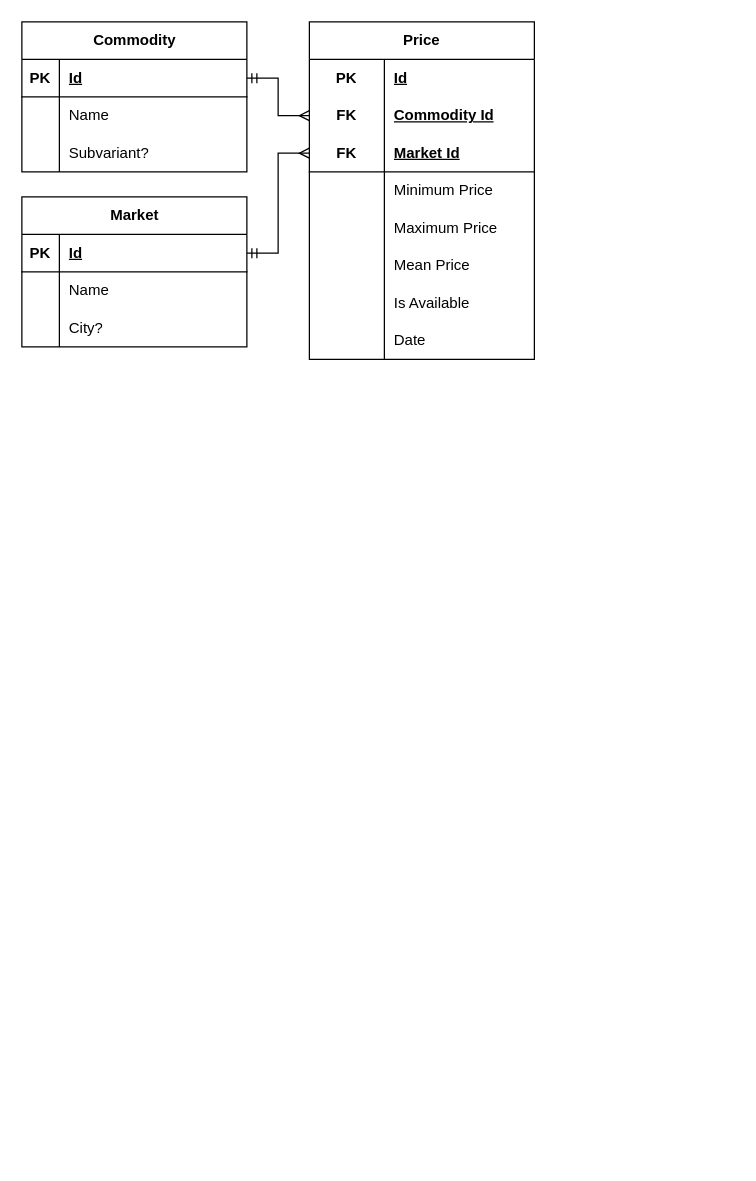
This is page "Page-2" (2 of 2) of flowchart.drawio from Towphe/da-commodity-etl, a draw.io file, before an edit. Source tidied: cells renumbered, new cells numbered last; positions are measured from the earlier drawing's top-left corner, leaving out a move shared by most shapes. Both pictures are drawn from the tidied source at 125%, with x=0, y=0 at pixel (21, 21).
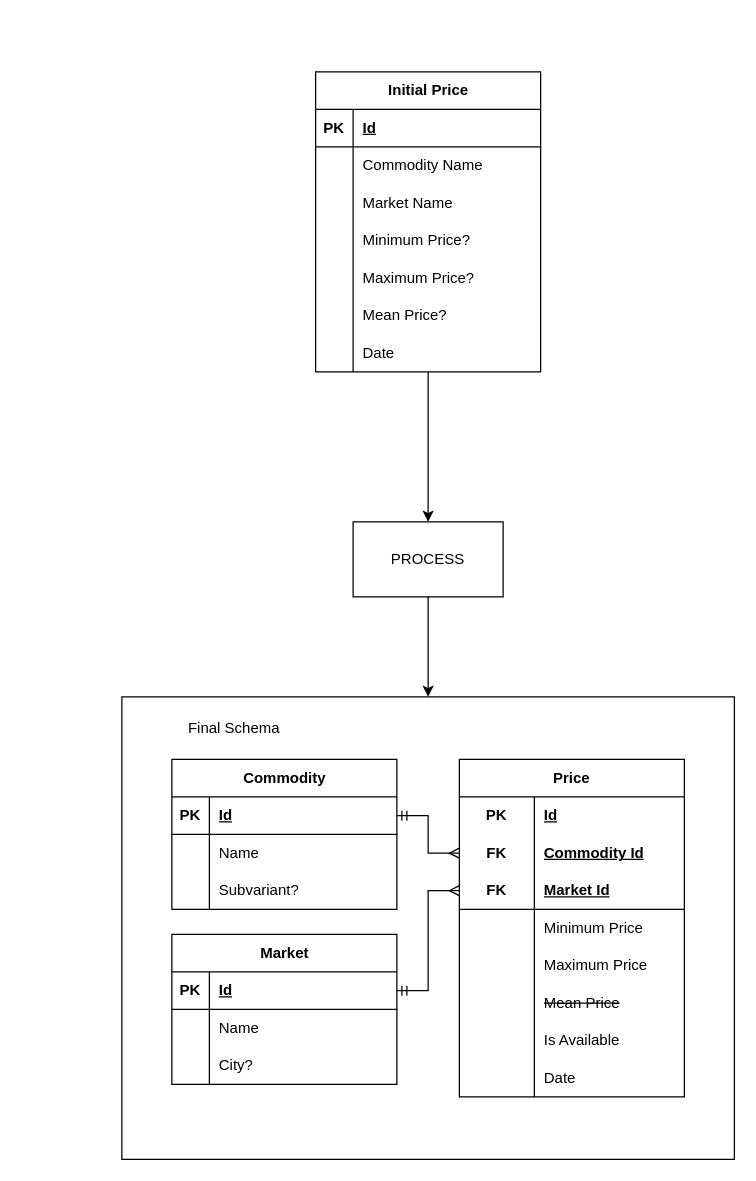
After the change.

The change refers to these unchanged cells:
```xml
<mxCell id="6" style="shape=tableRow;horizontal=0;startSize=0;swimlaneHead=0;swimlaneBody=0;fillColor=none;points=[[0,0.5],[1,0.5]];portConstraint=eastwest;top=0;left=0;right=0;bottom=0;html=1;" parent="2" vertex="1">
  <mxGeometry y="60" width="180" height="30" as="geometry" />
</mxCell>
<mxCell id="9" style="shape=tableRow;horizontal=0;startSize=0;swimlaneHead=0;swimlaneBody=0;fillColor=none;points=[[0,0.5],[1,0.5]];portConstraint=eastwest;top=0;left=0;right=0;bottom=1;html=1;" parent="2" vertex="1">
  <mxGeometry y="90" width="180" height="30" as="geometry" />
</mxCell>
<mxCell id="18" style="shape=tableRow;horizontal=0;startSize=0;swimlaneHead=0;swimlaneBody=0;fillColor=none;top=0;left=0;right=0;bottom=0;html=1;" parent="2" vertex="1">
  <mxGeometry y="180" width="180" height="30" as="geometry" />
</mxCell>
<mxCell id="28" style="shape=tableRow;horizontal=0;startSize=0;swimlaneHead=0;swimlaneBody=0;fillColor=none;points=[[0,0.5],[1,0.5]];portConstraint=eastwest;top=0;left=0;right=0;bottom=1;" parent="27" vertex="1">
  <mxGeometry y="30" width="180" height="30" as="geometry" />
</mxCell>
<mxCell id="38" style="shape=tableRow;horizontal=0;startSize=0;swimlaneHead=0;swimlaneBody=0;fillColor=none;points=[[0,0.5],[1,0.5]];portConstraint=eastwest;top=0;left=0;right=0;bottom=1;" parent="37" vertex="1">
  <mxGeometry y="30" width="180" height="30" as="geometry" />
</mxCell>
```

The edit, as a diff of the source:
```diff
@@
+    <mxCell id="49" style="group;" parent="1" vertex="1">
+      <mxGeometry x="80" y="540" width="490" height="370" as="geometry" />
+    </mxCell>
+    <mxCell id="50" style="rounded=0;whiteSpace=wrap;html=1;fillColor=none;" parent="49" vertex="1">
+      <mxGeometry width="490" height="370" as="geometry" />
+    </mxCell>
-    <mxCell id="2" value="Price" style="shape=table;startSize=30;childLayout=tableLayout;rowLines=0;fontStyle=1;align=center;html=1;whiteSpace=wrap;" parent="1" vertex="1">
-      <mxGeometry x="230" width="180" height="270" as="geometry" />
+    <mxCell id="2" value="Price" style="shape=table;startSize=30;childLayout=tableLayout;rowLines=0;fontStyle=1;align=center;html=1;whiteSpace=wrap;" parent="49" vertex="1">
+      <mxGeometry x="270" y="50" width="180" height="270" as="geometry" />
     </mxCell>
@@
-    <mxCell id="20" value="Mean Price" style="shape=partialRectangle;fillColor=none;top=0;left=0;bottom=0;right=0;align=left;spacingLeft=6;overflow=hidden;html=1;whiteSpace=wrap;" parent="18" vertex="1">
+    <mxCell id="20" value="&lt;strike&gt;Mean Price&lt;/strike&gt;" style="shape=partialRectangle;fillColor=none;top=0;left=0;bottom=0;right=0;align=left;spacingLeft=6;overflow=hidden;html=1;whiteSpace=wrap;" parent="18" vertex="1">
       <mxGeometry x="60" width="120" height="30" as="geometry" />
     </mxCell>
@@
-    <mxCell id="27" value="Commodity" style="shape=table;startSize=30;childLayout=tableLayout;rowLines=0;fontStyle=1;align=center;html=1;" parent="1" vertex="1">
-      <mxGeometry width="180" height="120" as="geometry" />
+    <mxCell id="27" value="Commodity" style="shape=table;startSize=30;childLayout=tableLayout;rowLines=0;fontStyle=1;align=center;html=1;" parent="49" vertex="1">
+      <mxGeometry x="40" y="50" width="180" height="120" as="geometry" />
     </mxCell>
@@
-    <mxCell id="37" value="Market" style="shape=table;startSize=30;childLayout=tableLayout;rowLines=0;fontStyle=1;align=center;html=1;" parent="1" vertex="1">
-      <mxGeometry y="140" width="180" height="120" as="geometry" />
+    <mxCell id="37" value="Market" style="shape=table;startSize=30;childLayout=tableLayout;rowLines=0;fontStyle=1;align=center;html=1;" parent="49" vertex="1">
+      <mxGeometry x="40" y="190" width="180" height="120" as="geometry" />
     </mxCell>
@@
-    <mxCell id="47" style="edgeStyle=orthogonalEdgeStyle;rounded=0;jettySize=auto;html=1;endArrow=ERmany;endFill=0;startArrow=ERmandOne;startFill=0;" parent="1" edge="1" source="38" target="9">
+    <mxCell id="47" style="edgeStyle=orthogonalEdgeStyle;rounded=0;jettySize=auto;html=1;endArrow=ERmany;endFill=0;startArrow=ERmandOne;startFill=0;" parent="49" edge="1" source="38" target="9">
       <mxGeometry relative="1" as="geometry" />
     </mxCell>
-    <mxCell id="48" style="edgeStyle=orthogonalEdgeStyle;rounded=0;jettySize=auto;html=1;endArrow=ERmany;endFill=0;startArrow=ERmandOne;startFill=0;" parent="1" edge="1" source="28" target="6">
+    <mxCell id="48" style="edgeStyle=orthogonalEdgeStyle;rounded=0;jettySize=auto;html=1;endArrow=ERmany;endFill=0;startArrow=ERmandOne;startFill=0;" parent="49" edge="1" source="28" target="6">
       <mxGeometry relative="1" as="geometry" />
     </mxCell>
+    <mxCell id="51" value="Final Schema" style="text;html=1;align=center;verticalAlign=middle;whiteSpace=wrap;rounded=0;" parent="49" vertex="1">
+      <mxGeometry x="40" y="10" width="100" height="30" as="geometry" />
+    </mxCell>
+    <mxCell id="52" style="edgeStyle=orthogonalEdgeStyle;rounded=0;jettySize=auto;html=1;" parent="1" edge="1" source="53" target="76">
+      <mxGeometry relative="1" as="geometry" />
+    </mxCell>
+    <mxCell id="53" value="Initial Price" style="shape=table;startSize=30;childLayout=tableLayout;rowLines=0;fontStyle=1;align=center;html=1;" parent="1" vertex="1">
+      <mxGeometry x="235" y="40" width="180" height="240" as="geometry" />
+    </mxCell>
+    <mxCell id="54" style="shape=tableRow;horizontal=0;startSize=0;swimlaneHead=0;swimlaneBody=0;fillColor=none;top=0;left=0;right=0;bottom=1;" parent="53" vertex="1">
+      <mxGeometry y="30" width="180" height="30" as="geometry" />
+    </mxCell>
+    <mxCell id="55" value="PK" style="shape=partialRectangle;fillColor=none;top=0;left=0;bottom=0;right=0;fontStyle=1;overflow=hidden;whiteSpace=wrap;html=1;" parent="54" vertex="1">
+      <mxGeometry width="30" height="30" as="geometry" />
+    </mxCell>
+    <mxCell id="56" value="Id" style="shape=partialRectangle;fillColor=none;top=0;left=0;bottom=0;right=0;align=left;spacingLeft=6;fontStyle=5;overflow=hidden;whiteSpace=wrap;html=1;" parent="54" vertex="1">
+      <mxGeometry x="30" width="150" height="30" as="geometry" />
+    </mxCell>
+    <mxCell id="57" style="shape=tableRow;horizontal=0;startSize=0;swimlaneHead=0;swimlaneBody=0;fillColor=none;top=0;left=0;right=0;bottom=0;" parent="53" vertex="1">
+      <mxGeometry y="60" width="180" height="30" as="geometry" />
+    </mxCell>
+    <mxCell id="58" style="shape=partialRectangle;fillColor=none;top=0;left=0;bottom=0;right=0;overflow=hidden;whiteSpace=wrap;html=1;" parent="57" vertex="1">
+      <mxGeometry width="30" height="30" as="geometry" />
+    </mxCell>
+    <mxCell id="59" value="Commodity Name" style="shape=partialRectangle;fillColor=none;top=0;left=0;bottom=0;right=0;align=left;spacingLeft=6;overflow=hidden;whiteSpace=wrap;html=1;" parent="57" vertex="1">
+      <mxGeometry x="30" width="150" height="30" as="geometry" />
+    </mxCell>
+    <mxCell id="60" style="shape=tableRow;horizontal=0;startSize=0;swimlaneHead=0;swimlaneBody=0;fillColor=none;top=0;left=0;right=0;bottom=0;" parent="53" vertex="1">
+      <mxGeometry y="90" width="180" height="30" as="geometry" />
+    </mxCell>
+    <mxCell id="61" style="shape=partialRectangle;fillColor=none;top=0;left=0;bottom=0;right=0;overflow=hidden;whiteSpace=wrap;html=1;" parent="60" vertex="1">
+      <mxGeometry width="30" height="30" as="geometry" />
+    </mxCell>
+    <mxCell id="62" value="Market Name" style="shape=partialRectangle;fillColor=none;top=0;left=0;bottom=0;right=0;align=left;spacingLeft=6;overflow=hidden;whiteSpace=wrap;html=1;" parent="60" vertex="1">
+      <mxGeometry x="30" width="150" height="30" as="geometry" />
+    </mxCell>
+    <mxCell id="63" style="shape=tableRow;horizontal=0;startSize=0;swimlaneHead=0;swimlaneBody=0;fillColor=none;top=0;left=0;right=0;bottom=0;" parent="53" vertex="1">
+      <mxGeometry y="120" width="180" height="30" as="geometry" />
+    </mxCell>
+    <mxCell id="64" style="shape=partialRectangle;fillColor=none;top=0;left=0;bottom=0;right=0;overflow=hidden;whiteSpace=wrap;html=1;" parent="63" vertex="1">
+      <mxGeometry width="30" height="30" as="geometry" />
+    </mxCell>
+    <mxCell id="65" value="Minimum Price?" style="shape=partialRectangle;fillColor=none;top=0;left=0;bottom=0;right=0;align=left;spacingLeft=6;overflow=hidden;whiteSpace=wrap;html=1;" parent="63" vertex="1">
+      <mxGeometry x="30" width="150" height="30" as="geometry" />
+    </mxCell>
+    <mxCell id="66" style="shape=tableRow;horizontal=0;startSize=0;swimlaneHead=0;swimlaneBody=0;fillColor=none;top=0;left=0;right=0;bottom=0;" parent="53" vertex="1">
+      <mxGeometry y="150" width="180" height="30" as="geometry" />
+    </mxCell>
+    <mxCell id="67" style="shape=partialRectangle;fillColor=none;top=0;left=0;bottom=0;right=0;overflow=hidden;whiteSpace=wrap;html=1;" parent="66" vertex="1">
+      <mxGeometry width="30" height="30" as="geometry" />
+    </mxCell>
+    <mxCell id="68" value="Maximum Price?" style="shape=partialRectangle;fillColor=none;top=0;left=0;bottom=0;right=0;align=left;spacingLeft=6;overflow=hidden;whiteSpace=wrap;html=1;" parent="66" vertex="1">
+      <mxGeometry x="30" width="150" height="30" as="geometry" />
+    </mxCell>
+    <mxCell id="69" style="shape=tableRow;horizontal=0;startSize=0;swimlaneHead=0;swimlaneBody=0;fillColor=none;top=0;left=0;right=0;bottom=0;" parent="53" vertex="1">
+      <mxGeometry y="180" width="180" height="30" as="geometry" />
+    </mxCell>
+    <mxCell id="70" style="shape=partialRectangle;fillColor=none;top=0;left=0;bottom=0;right=0;overflow=hidden;whiteSpace=wrap;html=1;" parent="69" vertex="1">
+      <mxGeometry width="30" height="30" as="geometry" />
+    </mxCell>
+    <mxCell id="71" value="Mean Price?" style="shape=partialRectangle;fillColor=none;top=0;left=0;bottom=0;right=0;align=left;spacingLeft=6;overflow=hidden;whiteSpace=wrap;html=1;" parent="69" vertex="1">
+      <mxGeometry x="30" width="150" height="30" as="geometry" />
+    </mxCell>
+    <mxCell id="72" style="shape=tableRow;horizontal=0;startSize=0;swimlaneHead=0;swimlaneBody=0;fillColor=none;top=0;left=0;right=0;bottom=0;" parent="53" vertex="1">
+      <mxGeometry y="210" width="180" height="30" as="geometry" />
+    </mxCell>
+    <mxCell id="73" style="shape=partialRectangle;fillColor=none;top=0;left=0;bottom=0;right=0;overflow=hidden;whiteSpace=wrap;html=1;" parent="72" vertex="1">
+      <mxGeometry width="30" height="30" as="geometry" />
+    </mxCell>
+    <mxCell id="74" value="Date" style="shape=partialRectangle;fillColor=none;top=0;left=0;bottom=0;right=0;align=left;spacingLeft=6;overflow=hidden;whiteSpace=wrap;html=1;" parent="72" vertex="1">
+      <mxGeometry x="30" width="150" height="30" as="geometry" />
+    </mxCell>
+    <mxCell id="75" style="edgeStyle=orthogonalEdgeStyle;rounded=0;jettySize=auto;html=1;" parent="1" edge="1" source="76" target="50">
+      <mxGeometry relative="1" as="geometry" />
+    </mxCell>
+    <mxCell id="76" value="PROCESS" style="rounded=0;whiteSpace=wrap;html=1;" parent="1" vertex="1">
+      <mxGeometry x="265" y="400" width="120" height="60" as="geometry" />
+    </mxCell>
```
